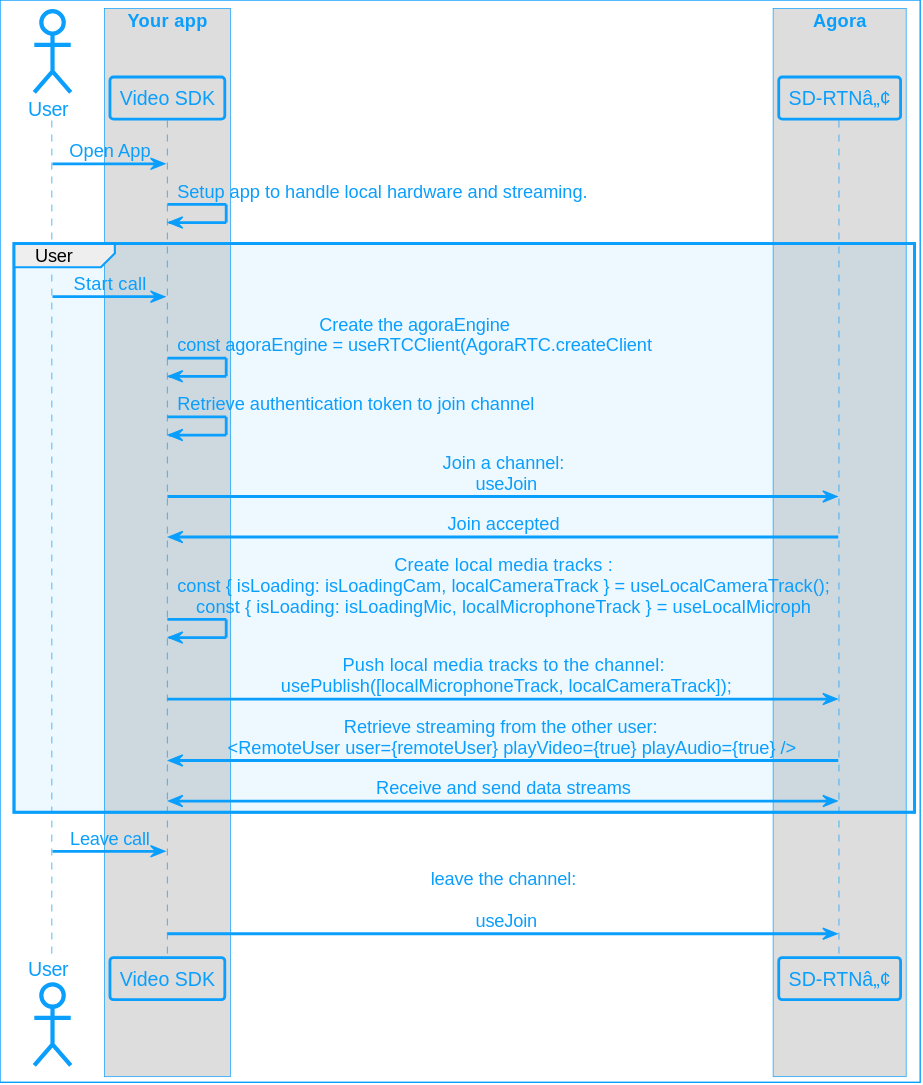
Above: assets/images/video-sdk/video-call-logic-web.svg in AgoraIO/Docs-Source (PlantUML), before the change.
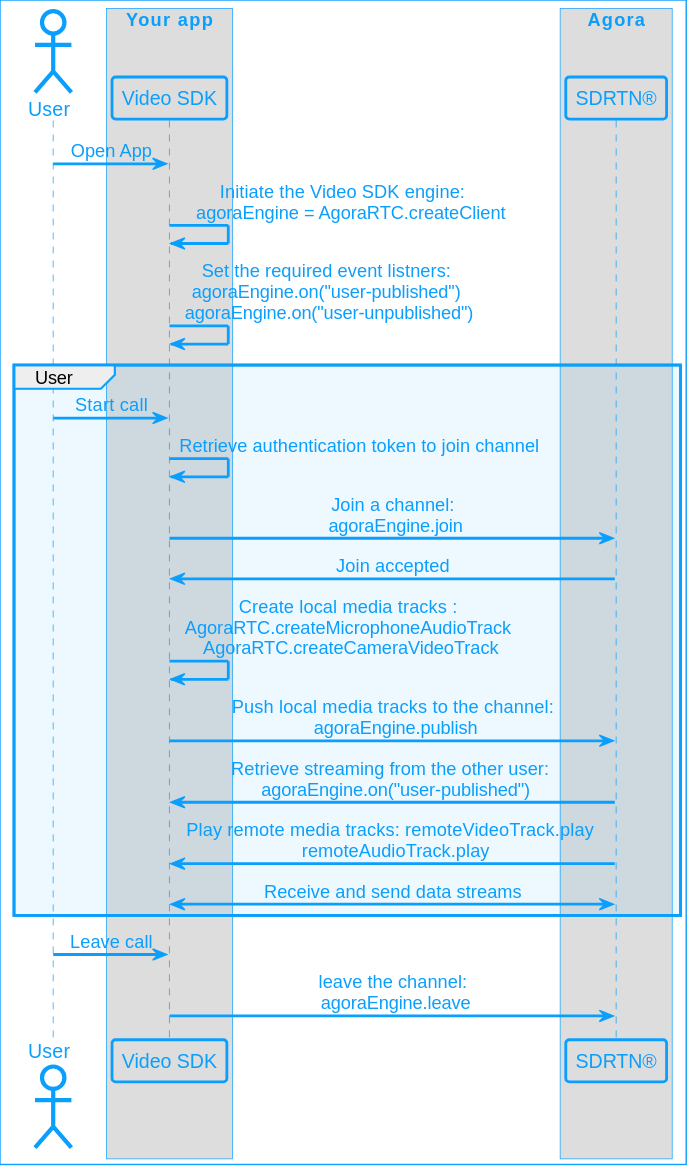
After the commit.

The edit, as a diff of the source:
```diff
@@ -11,23 +11,25 @@
 
 box "Agora"
 
-participant "SD-RTNâ„¢" as API
+participant "SDRTN®" as API
 
 end box
 
 USR -> APP: Open App
-APP -> APP: Setup app to handle local hardware and streaming.
+APP -> APP: Initiate the Video SDK engine:\n   agoraEngine = AgoraRTC.createClient
+APP -> APP: Set the required event listners:\n agoraEngine.on("user-published") \n agoraEngine.on("user-unpublished")
+
 group User
 USR -> APP: Start call
-APP -> APP: Create the agoraEngine\nconst agoraEngine = useRTCClient(AgoraRTC.createClient
-APP -> APP: Retrieve authentication token to join channel
-APP -> API: Join a channel:\n useJoin
+APP->APP: Retrieve authentication token to join channel
+APP -> API: Join a channel:\n agoraEngine.join
 API -> APP : Join accepted
-APP -> APP: Create local media tracks :\nconst { isLoading: isLoadingCam, localCameraTrack } = useLocalCameraTrack();\nconst { isLoading: isLoadingMic, localMicrophoneTrack } = useLocalMicroph
-APP -> API:  Push local media tracks to the channel:\n usePublish([localMicrophoneTrack, localCameraTrack]);
-API -> APP: Retrieve streaming from the other user: \n   <RemoteUser user={remoteUser} playVideo={true} playAudio={true} />
+APP -> APP: Create local media tracks :\n AgoraRTC.createMicrophoneAudioTrack \n AgoraRTC.createCameraVideoTrack
+APP -> API:  Push local media tracks to the channel:\n agoraEngine.publish
+API -> APP: Retrieve streaming from the other user: \n agoraEngine.on("user-published")
+API -> APP: Play remote media tracks: remoteVideoTrack.play \n remoteAudioTrack.play
 API <-> APP: Receive and send data streams
 end
 USR -> APP: Leave call
-APP -> API: leave the channel:\n \n useJoin
+APP -> API: leave the channel:\n agoraEngine.leave
 @enduml
```
